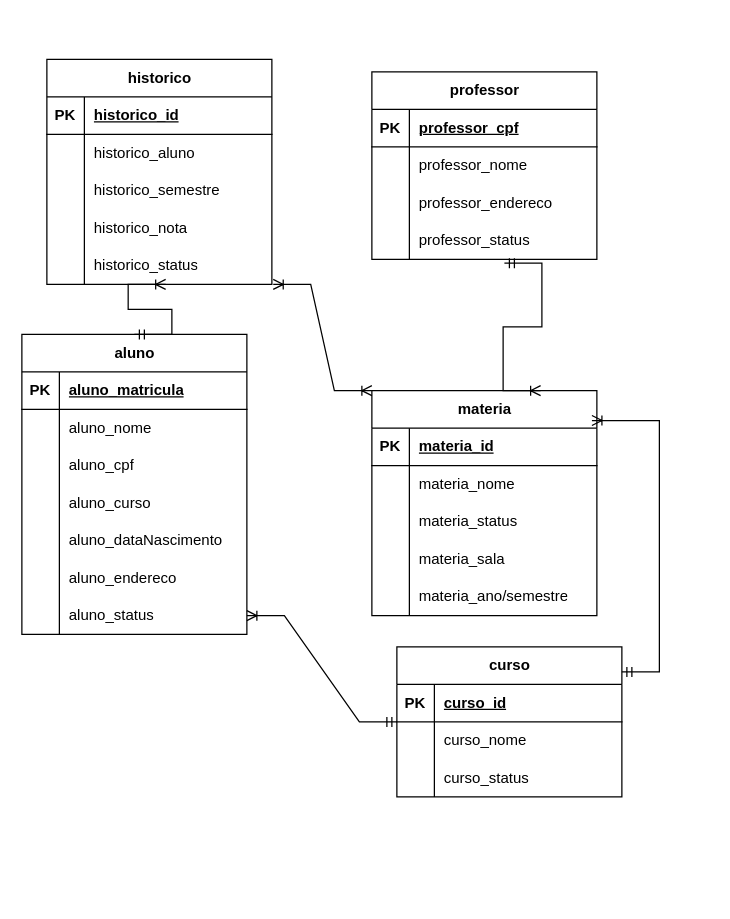
Above: Exercicio6--08-04-2025.drawio in henrique-furtado47/Banco-de-Dados-I-2025 (draw.io), before the change. Source tidied: cells renumbered, new cells numbered last; positions are measured from the earlier drawing's top-left corner, leaving out a move shared by most shapes. Both pictures are drawn from the tidied source at 125%, with x=0, y=0 at pixel (21, 59).
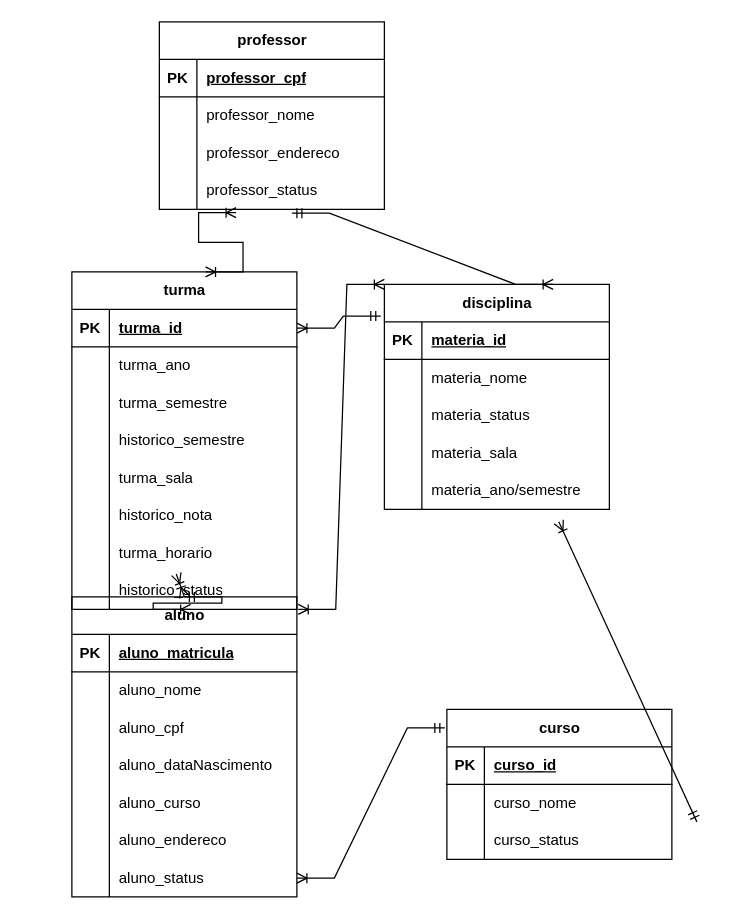
The same page after the edit.

Unchanged cells that the change refers to:
```xml
<mxCell id="21" style="shape=tableRow;horizontal=0;startSize=0;swimlaneHead=0;swimlaneBody=0;fillColor=none;points=[[0,0.5],[1,0.5]];portConstraint=eastwest;top=0;left=0;right=0;bottom=0;rounded=0;" parent="2" vertex="1">
  <mxGeometry y="210" width="180" height="30" as="geometry" />
</mxCell>
<mxCell id="51" style="shape=tableRow;horizontal=0;startSize=0;swimlaneHead=0;swimlaneBody=0;fillColor=none;points=[[0,0.5],[1,0.5]];portConstraint=eastwest;top=0;left=0;right=0;bottom=1;rounded=0;" parent="50" vertex="1">
  <mxGeometry y="30" width="180" height="30" as="geometry" />
</mxCell>
<mxCell id="54" style="shape=tableRow;horizontal=0;startSize=0;swimlaneHead=0;swimlaneBody=0;fillColor=none;top=0;left=0;right=0;bottom=0;rounded=0;" parent="50" vertex="1">
  <mxGeometry y="60" width="180" height="30" as="geometry" />
</mxCell>
<mxCell id="76" style="shape=tableRow;horizontal=0;startSize=0;swimlaneHead=0;swimlaneBody=0;fillColor=none;points=[[0,0.5],[1,0.5]];portConstraint=eastwest;top=0;left=0;right=0;bottom=0;rounded=0;" parent="66" vertex="1">
  <mxGeometry y="120" width="180" height="30" as="geometry" />
</mxCell>
```

Change to the diagram source:
```diff
@@
     <mxCell id="2" value="aluno" style="shape=table;startSize=30;childLayout=tableLayout;rowLines=0;fontStyle=1;align=center;html=1;rounded=0;" parent="1" vertex="1">
-      <mxGeometry y="220" width="180" height="240" as="geometry" />
+      <mxGeometry x="40" y="430" width="180" height="240" as="geometry" />
     </mxCell>
@@
+    <mxCell id="15" style="shape=tableRow;horizontal=0;startSize=0;swimlaneHead=0;swimlaneBody=0;fillColor=none;top=0;left=0;right=0;bottom=0;rounded=0;" parent="2" vertex="1">
+      <mxGeometry y="120" width="180" height="30" as="geometry" />
+    </mxCell>
+    <mxCell id="16" style="shape=partialRectangle;fillColor=none;top=0;left=0;bottom=0;right=0;overflow=hidden;whiteSpace=wrap;html=1;rounded=0;" parent="15" vertex="1">
+      <mxGeometry width="30" height="30" as="geometry" />
+    </mxCell>
+    <mxCell id="17" value="&lt;div&gt;aluno_dataNascimento&lt;/div&gt;" style="shape=partialRectangle;fillColor=none;top=0;left=0;bottom=0;right=0;align=left;spacingLeft=6;overflow=hidden;whiteSpace=wrap;html=1;rounded=0;" parent="15" vertex="1">
+      <mxGeometry x="30" width="150" height="30" as="geometry" />
+    </mxCell>
     <mxCell id="12" style="shape=tableRow;horizontal=0;startSize=0;swimlaneHead=0;swimlaneBody=0;fillColor=none;top=0;left=0;right=0;bottom=0;rounded=0;" parent="2" vertex="1">
-      <mxGeometry y="120" width="180" height="30" as="geometry" />
+      <mxGeometry y="150" width="180" height="30" as="geometry" />
     </mxCell>
@@
-    <mxCell id="15" style="shape=tableRow;horizontal=0;startSize=0;swimlaneHead=0;swimlaneBody=0;fillColor=none;top=0;left=0;right=0;bottom=0;rounded=0;" parent="2" vertex="1">
-      <mxGeometry y="150" width="180" height="30" as="geometry" />
-    </mxCell>
-    <mxCell id="16" style="shape=partialRectangle;fillColor=none;top=0;left=0;bottom=0;right=0;overflow=hidden;whiteSpace=wrap;html=1;rounded=0;" parent="15" vertex="1">
-      <mxGeometry width="30" height="30" as="geometry" />
-    </mxCell>
-    <mxCell id="17" value="&lt;div&gt;aluno_dataNascimento&lt;/div&gt;" style="shape=partialRectangle;fillColor=none;top=0;left=0;bottom=0;right=0;align=left;spacingLeft=6;overflow=hidden;whiteSpace=wrap;html=1;rounded=0;" parent="15" vertex="1">
-      <mxGeometry x="30" width="150" height="30" as="geometry" />
-    </mxCell>
@@
     <mxCell id="24" value="curso" style="shape=table;startSize=30;childLayout=tableLayout;rowLines=0;fontStyle=1;align=center;html=1;rounded=0;" parent="1" vertex="1">
-      <mxGeometry x="300" y="470" width="180" height="120" as="geometry" />
+      <mxGeometry x="340" y="520" width="180" height="120" as="geometry" />
     </mxCell>
@@
-    <mxCell id="34" value="materia" style="shape=table;startSize=30;childLayout=tableLayout;rowLines=0;fontStyle=1;align=center;html=1;rounded=0;" parent="1" vertex="1">
-      <mxGeometry x="280" y="265" width="180" height="180" as="geometry" />
+    <mxCell id="34" value="disciplina" style="shape=table;startSize=30;childLayout=tableLayout;rowLines=0;fontStyle=1;align=center;html=1;rounded=0;" parent="1" vertex="1">
+      <mxGeometry x="290" y="180" width="180" height="180" as="geometry" />
     </mxCell>
@@
-    <mxCell id="50" value="historico" style="shape=table;startSize=30;childLayout=tableLayout;rowLines=0;fontStyle=1;align=center;html=1;rounded=0;" parent="1" vertex="1">
-      <mxGeometry x="20" width="180" height="180" as="geometry" />
+    <mxCell id="50" value="turma" style="shape=table;startSize=30;childLayout=tableLayout;rowLines=0;fontStyle=1;align=center;html=1;rounded=0;" parent="1" vertex="1">
+      <mxGeometry x="40" y="170" width="180" height="270" as="geometry" />
     </mxCell>
@@
-    <mxCell id="53" value="historico_id" style="shape=partialRectangle;fillColor=none;top=0;left=0;bottom=0;right=0;align=left;spacingLeft=6;fontStyle=5;overflow=hidden;whiteSpace=wrap;html=1;rounded=0;" parent="51" vertex="1">
+    <mxCell id="53" value="turma_id" style="shape=partialRectangle;fillColor=none;top=0;left=0;bottom=0;right=0;align=left;spacingLeft=6;fontStyle=5;overflow=hidden;whiteSpace=wrap;html=1;rounded=0;" parent="51" vertex="1">
       <mxGeometry x="30" width="150" height="30" as="geometry" />
     </mxCell>
@@
-    <mxCell id="56" value="historico_aluno" style="shape=partialRectangle;fillColor=none;top=0;left=0;bottom=0;right=0;align=left;spacingLeft=6;overflow=hidden;whiteSpace=wrap;html=1;rounded=0;" parent="54" vertex="1">
+    <mxCell id="56" value="turma_ano" style="shape=partialRectangle;fillColor=none;top=0;left=0;bottom=0;right=0;align=left;spacingLeft=6;overflow=hidden;whiteSpace=wrap;html=1;rounded=0;" parent="54" vertex="1">
       <mxGeometry x="30" width="150" height="30" as="geometry" />
     </mxCell>
+    <mxCell id="84" style="shape=tableRow;horizontal=0;startSize=0;swimlaneHead=0;swimlaneBody=0;fillColor=none;top=0;left=0;right=0;bottom=0;rounded=0;" parent="50" vertex="1">
+      <mxGeometry y="90" width="180" height="30" as="geometry" />
+    </mxCell>
+    <mxCell id="85" style="shape=partialRectangle;fillColor=none;top=0;left=0;bottom=0;right=0;overflow=hidden;whiteSpace=wrap;html=1;rounded=0;" parent="84" vertex="1">
+      <mxGeometry width="30" height="30" as="geometry" />
+    </mxCell>
+    <mxCell id="86" value="turma_semestre" style="shape=partialRectangle;fillColor=none;top=0;left=0;bottom=0;right=0;align=left;spacingLeft=6;overflow=hidden;whiteSpace=wrap;html=1;rounded=0;" parent="84" vertex="1">
+      <mxGeometry x="30" width="150" height="30" as="geometry" />
+    </mxCell>
     <mxCell id="57" style="shape=tableRow;horizontal=0;startSize=0;swimlaneHead=0;swimlaneBody=0;fillColor=none;top=0;left=0;right=0;bottom=0;rounded=0;" parent="50" vertex="1">
-      <mxGeometry y="90" width="180" height="30" as="geometry" />
+      <mxGeometry y="120" width="180" height="30" as="geometry" />
     </mxCell>
@@
+    <mxCell id="87" style="shape=tableRow;horizontal=0;startSize=0;swimlaneHead=0;swimlaneBody=0;fillColor=none;top=0;left=0;right=0;bottom=0;rounded=0;" parent="50" vertex="1">
+      <mxGeometry y="150" width="180" height="30" as="geometry" />
+    </mxCell>
+    <mxCell id="88" style="shape=partialRectangle;fillColor=none;top=0;left=0;bottom=0;right=0;overflow=hidden;whiteSpace=wrap;html=1;rounded=0;" parent="87" vertex="1">
+      <mxGeometry width="30" height="30" as="geometry" />
+    </mxCell>
+    <mxCell id="89" value="turma_sala" style="shape=partialRectangle;fillColor=none;top=0;left=0;bottom=0;right=0;align=left;spacingLeft=6;overflow=hidden;whiteSpace=wrap;html=1;rounded=0;" parent="87" vertex="1">
+      <mxGeometry x="30" width="150" height="30" as="geometry" />
+    </mxCell>
     <mxCell id="60" style="shape=tableRow;horizontal=0;startSize=0;swimlaneHead=0;swimlaneBody=0;fillColor=none;top=0;left=0;right=0;bottom=0;rounded=0;" parent="50" vertex="1">
-      <mxGeometry y="120" width="180" height="30" as="geometry" />
+      <mxGeometry y="180" width="180" height="30" as="geometry" />
     </mxCell>
@@
+    <mxCell id="90" style="shape=tableRow;horizontal=0;startSize=0;swimlaneHead=0;swimlaneBody=0;fillColor=none;points=[[0,0.5],[1,0.5]];portConstraint=eastwest;top=0;left=0;right=0;bottom=0;rounded=0;" parent="50" vertex="1">
+      <mxGeometry y="210" width="180" height="30" as="geometry" />
+    </mxCell>
+    <mxCell id="91" style="shape=partialRectangle;fillColor=none;top=0;left=0;bottom=0;right=0;overflow=hidden;whiteSpace=wrap;html=1;rounded=0;" parent="90" vertex="1">
+      <mxGeometry width="30" height="30" as="geometry" />
+    </mxCell>
+    <mxCell id="92" value="turma_horario" style="shape=partialRectangle;fillColor=none;top=0;left=0;bottom=0;right=0;align=left;spacingLeft=6;overflow=hidden;whiteSpace=wrap;html=1;rounded=0;" parent="90" vertex="1">
+      <mxGeometry x="30" width="150" height="30" as="geometry" />
+    </mxCell>
     <mxCell id="63" style="shape=tableRow;horizontal=0;startSize=0;swimlaneHead=0;swimlaneBody=0;fillColor=none;points=[[0,0.5],[1,0.5]];portConstraint=eastwest;top=0;left=0;right=0;bottom=0;rounded=0;" parent="50" vertex="1">
-      <mxGeometry y="150" width="180" height="30" as="geometry" />
+      <mxGeometry y="240" width="180" height="30" as="geometry" />
     </mxCell>
@@
     <mxCell id="66" value="professor" style="shape=table;startSize=30;childLayout=tableLayout;rowLines=0;fontStyle=1;align=center;html=1;rounded=0;" parent="1" vertex="1">
-      <mxGeometry x="280" y="10" width="180" height="150" as="geometry" />
+      <mxGeometry x="110" y="-30" width="180" height="150" as="geometry" />
     </mxCell>
@@
-    <mxCell id="79" style="edgeStyle=entityRelationEdgeStyle;fontSize=12;html=1;endArrow=ERoneToMany;startArrow=ERmandOne;rounded=0;entryX=1;entryY=0.5;entryDx=0;entryDy=0;" parent="1" edge="1" source="24" target="21">
+    <mxCell id="79" style="edgeStyle=entityRelationEdgeStyle;fontSize=12;html=1;endArrow=ERoneToMany;startArrow=ERmandOne;rounded=0;entryX=1;entryY=0.5;entryDx=0;entryDy=0;exitX=-0.009;exitY=0.124;exitDx=0;exitDy=0;exitPerimeter=0;" parent="1" edge="1" source="24" target="21">
       <mxGeometry relative="1" as="geometry">
         <Array as="points">
-          <mxPoint x="220" y="470" />
+          <mxPoint x="280" y="590" />
         </Array>
       </mxGeometry>
     </mxCell>
-    <mxCell id="80" style="edgeStyle=entityRelationEdgeStyle;fontSize=12;html=1;endArrow=ERoneToMany;startArrow=ERmandOne;rounded=0;entryX=0.978;entryY=0.133;entryDx=0;entryDy=0;entryPerimeter=0;" parent="1" edge="1" target="34">
+    <mxCell id="80" style="fontSize=12;html=1;endArrow=ERoneToMany;startArrow=ERmandOne;rounded=0;entryX=0.775;entryY=1.055;entryDx=0;entryDy=0;entryPerimeter=0;exitX=0.5;exitY=0;exitDx=0;exitDy=0;" parent="1" edge="1" target="34">
       <mxGeometry relative="1" as="geometry">
-        <mxPoint x="480" y="490" as="sourcePoint" />
+        <mxPoint x="540" y="610" as="sourcePoint" />
       </mxGeometry>
     </mxCell>
+    <mxCell id="82" style="edgeStyle=entityRelationEdgeStyle;fontSize=12;html=1;endArrow=ERoneToMany;startArrow=ERoneToMany;rounded=0;entryX=1.006;entryY=1;entryDx=0;entryDy=0;entryPerimeter=0;exitX=0;exitY=0;exitDx=0;exitDy=0;" parent="1" edge="1" source="34" target="63">
+      <mxGeometry relative="1" as="geometry" />
+    </mxCell>
@@
-    <mxCell id="82" style="edgeStyle=entityRelationEdgeStyle;fontSize=12;html=1;endArrow=ERoneToMany;startArrow=ERoneToMany;rounded=0;entryX=1.006;entryY=1;entryDx=0;entryDy=0;entryPerimeter=0;exitX=0;exitY=0;exitDx=0;exitDy=0;" parent="1" edge="1" source="34" target="63">
-      <mxGeometry relative="1" as="geometry" />
-    </mxCell>
@@
+    <mxCell id="93" style="edgeStyle=entityRelationEdgeStyle;fontSize=12;html=1;endArrow=ERoneToMany;startArrow=ERoneToMany;rounded=0;entryX=0.341;entryY=1.088;entryDx=0;entryDy=0;exitX=0.594;exitY=0;exitDx=0;exitDy=0;exitPerimeter=0;entryPerimeter=0;" parent="1" edge="1" source="50" target="76">
+      <mxGeometry relative="1" as="geometry">
+        <Array as="points">
+          <mxPoint x="510" y="90" />
+        </Array>
+      </mxGeometry>
+    </mxCell>
+    <mxCell id="94" style="fontSize=12;html=1;endArrow=ERoneToMany;startArrow=ERoneToMany;rounded=0;entryX=0.464;entryY=1.055;entryDx=0;entryDy=0;entryPerimeter=0;exitX=0.5;exitY=0;exitDx=0;exitDy=0;" parent="1" edge="1" source="2" target="90">
+      <mxGeometry relative="1" as="geometry" />
+    </mxCell>
+    <mxCell id="95" style="edgeStyle=entityRelationEdgeStyle;fontSize=12;html=1;endArrow=ERoneToMany;startArrow=ERmandOne;rounded=0;entryX=1;entryY=0.5;entryDx=0;entryDy=0;exitX=-0.016;exitY=0.141;exitDx=0;exitDy=0;exitPerimeter=0;" parent="1" edge="1" source="34" target="51">
+      <mxGeometry relative="1" as="geometry" />
+    </mxCell>
```
